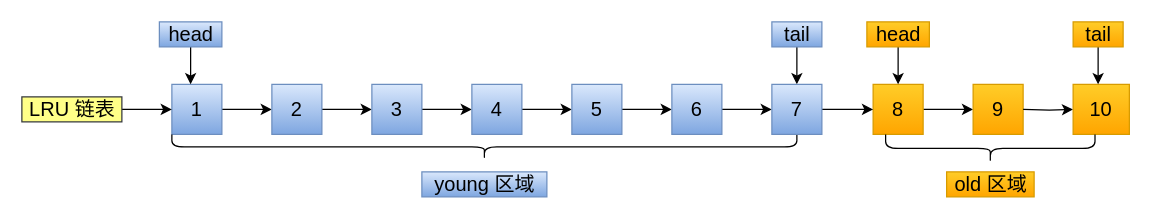
The draw.io diagram mysql/innodb/lrutwo.drawio in xiaolincoder/ImageHost4, before the edit. Source tidied: cells renumbered, new cells numbered last; positions are measured from the earlier drawing's top-left corner, leaving out a move shared by most shapes. Both pictures are drawn from the tidied source at 125%, with x=0, y=0 at pixel (21, -166).
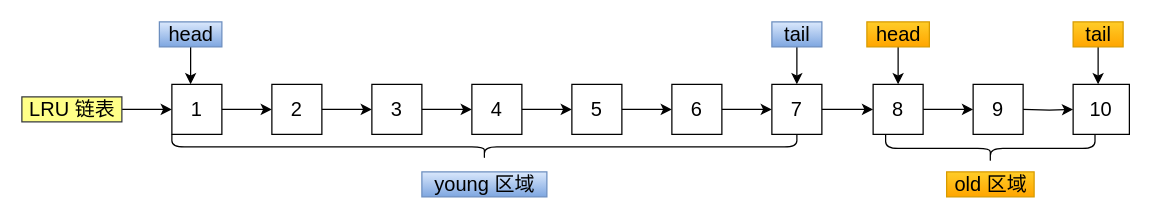
After the change.

What changed in the source:
```diff
@@
-    <mxCell id="3" value="1" style="rounded=0;whiteSpace=wrap;html=1;fontSize=16;fillColor=#dae8fc;strokeColor=#6c8ebf;gradientColor=#7ea6e0;" parent="1" vertex="1">
+    <mxCell id="3" value="1" style="rounded=0;whiteSpace=wrap;html=1;fontSize=16;" parent="1" vertex="1">
       <mxGeometry x="120" y="200" width="40" height="40" as="geometry" />
     </mxCell>
@@
-    <mxCell id="7" value="2" style="rounded=0;whiteSpace=wrap;html=1;fontSize=16;fillColor=#dae8fc;strokeColor=#6c8ebf;gradientColor=#7ea6e0;" parent="1" vertex="1">
+    <mxCell id="7" value="2" style="rounded=0;whiteSpace=wrap;html=1;fontSize=16;" parent="1" vertex="1">
       <mxGeometry x="200" y="200" width="40" height="40" as="geometry" />
     </mxCell>
@@
-    <mxCell id="12" value="3" style="rounded=0;whiteSpace=wrap;html=1;fontSize=16;fillColor=#dae8fc;strokeColor=#6c8ebf;gradientColor=#7ea6e0;" parent="1" vertex="1">
+    <mxCell id="12" value="3" style="rounded=0;whiteSpace=wrap;html=1;fontSize=16;" parent="1" vertex="1">
       <mxGeometry x="280" y="200" width="40" height="40" as="geometry" />
     </mxCell>
@@
-    <mxCell id="14" value="8" style="rounded=0;whiteSpace=wrap;html=1;fontSize=16;fillColor=#ffcd28;gradientColor=#ffa500;strokeColor=#d79b00;" parent="1" vertex="1">
+    <mxCell id="14" value="8" style="rounded=0;whiteSpace=wrap;html=1;fontSize=16;" parent="1" vertex="1">
       <mxGeometry x="681" y="200" width="40" height="40" as="geometry" />
     </mxCell>
@@
-    <mxCell id="17" value="9" style="rounded=0;whiteSpace=wrap;html=1;fontSize=16;fillColor=#ffcd28;gradientColor=#ffa500;strokeColor=#d79b00;" parent="1" vertex="1">
+    <mxCell id="17" value="9" style="rounded=0;whiteSpace=wrap;html=1;fontSize=16;" parent="1" vertex="1">
       <mxGeometry x="761" y="200" width="40" height="40" as="geometry" />
     </mxCell>
@@
-    <mxCell id="19" value="10" style="rounded=0;whiteSpace=wrap;html=1;fontSize=16;fillColor=#ffcd28;gradientColor=#ffa500;strokeColor=#d79b00;" parent="1" vertex="1">
+    <mxCell id="19" value="10" style="rounded=0;whiteSpace=wrap;html=1;fontSize=16;" parent="1" vertex="1">
       <mxGeometry x="841" y="200" width="45" height="40" as="geometry" />
     </mxCell>
@@
-    <mxCell id="28" value="4" style="rounded=0;whiteSpace=wrap;html=1;fontSize=16;fillColor=#dae8fc;strokeColor=#6c8ebf;gradientColor=#7ea6e0;" parent="1" vertex="1">
+    <mxCell id="28" value="4" style="rounded=0;whiteSpace=wrap;html=1;fontSize=16;" parent="1" vertex="1">
       <mxGeometry x="360" y="200" width="40" height="40" as="geometry" />
     </mxCell>
@@
-    <mxCell id="30" value="5" style="rounded=0;whiteSpace=wrap;html=1;fontSize=16;fillColor=#dae8fc;strokeColor=#6c8ebf;gradientColor=#7ea6e0;" parent="1" vertex="1">
+    <mxCell id="30" value="5" style="rounded=0;whiteSpace=wrap;html=1;fontSize=16;" parent="1" vertex="1">
       <mxGeometry x="440" y="200" width="40" height="40" as="geometry" />
     </mxCell>
@@
-    <mxCell id="32" value="6" style="rounded=0;whiteSpace=wrap;html=1;fontSize=16;fillColor=#dae8fc;strokeColor=#6c8ebf;gradientColor=#7ea6e0;" parent="1" vertex="1">
+    <mxCell id="32" value="6" style="rounded=0;whiteSpace=wrap;html=1;fontSize=16;" parent="1" vertex="1">
       <mxGeometry x="520" y="200" width="40" height="40" as="geometry" />
     </mxCell>
@@
-    <mxCell id="34" value="7" style="rounded=0;whiteSpace=wrap;html=1;fontSize=16;fillColor=#dae8fc;strokeColor=#6c8ebf;gradientColor=#7ea6e0;" parent="1" vertex="1">
+    <mxCell id="34" value="7" style="rounded=0;whiteSpace=wrap;html=1;fontSize=16;" parent="1" vertex="1">
       <mxGeometry x="600" y="200" width="40" height="40" as="geometry" />
     </mxCell>
```
